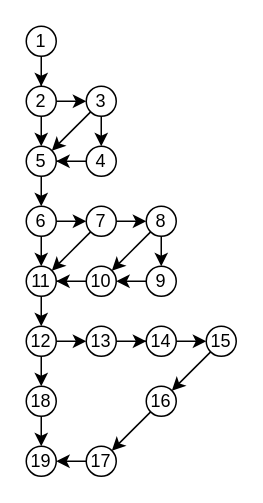
Afeather2017/Afeather-Flowcharts keeps this draw.io diagram as 解方程-流图.drawio. Above is the earlier version. Source tidied: cells renumbered, new cells numbered last; positions are measured from the earlier drawing's top-left corner, leaving out a move shared by most shapes. Both pictures are drawn from the tidied source at 150%, with x=0, y=0 at pixel (26, 26).
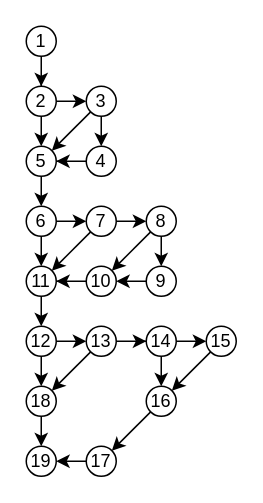
After the change.

Commit message:
补充解方程-流图中缺失逻辑.drawio

The change refers to these unchanged cells:
```xml
<mxCell id="30" value="13" style="ellipse;whiteSpace=wrap;html=1;" parent="1" vertex="1">
  <mxGeometry x="40" y="200" width="20" height="20" as="geometry" />
</mxCell>
<mxCell id="32" value="14" style="ellipse;whiteSpace=wrap;html=1;" parent="1" vertex="1">
  <mxGeometry x="80" y="200" width="20" height="20" as="geometry" />
</mxCell>
<mxCell id="34" value="16" style="ellipse;whiteSpace=wrap;html=1;" parent="1" vertex="1">
  <mxGeometry x="80" y="240" width="20" height="20" as="geometry" />
</mxCell>
<mxCell id="38" value="18" style="ellipse;whiteSpace=wrap;html=1;" parent="1" vertex="1">
  <mxGeometry y="240" width="20" height="20" as="geometry" />
</mxCell>
```

The edit, as a diff of the source:
```diff
@@
+    <mxCell id="45" style="edgeStyle=orthogonalEdgeStyle;rounded=0;jettySize=auto;html=1;exitX=0.5;exitY=1;exitDx=0;exitDy=0;entryX=0.5;entryY=0;entryDx=0;entryDy=0;" parent="1" edge="1" source="32" target="34">
+      <mxGeometry relative="1" as="geometry" />
+    </mxCell>
@@
+    <mxCell id="46" style="endArrow=classic;html=1;rounded=0;exitX=0;exitY=1;exitDx=0;exitDy=0;entryX=1;entryY=0;entryDx=0;entryDy=0;" parent="1" edge="1" source="30" target="38">
+      <mxGeometry relative="1" as="geometry" />
+    </mxCell>
```
